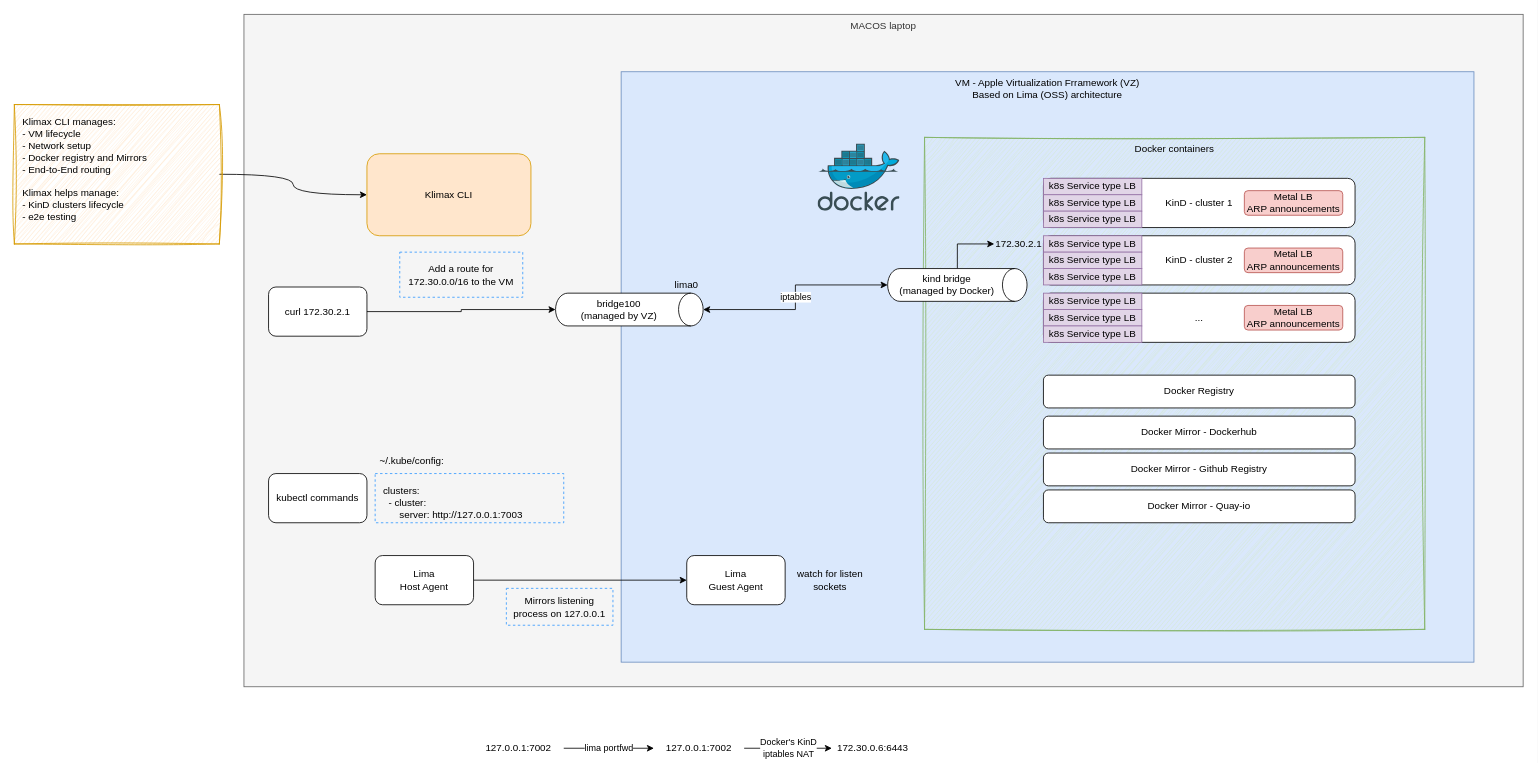
This is docs/KLIMAX - architecture.drawio from bcollard/klimax, a draw.io file, before an edit. Source tidied: cells renumbered, new cells numbered last; positions are measured from the earlier drawing's top-left corner, leaving out a move shared by most shapes. Both pictures are drawn from the tidied source at 82%, with x=0, y=0 at pixel (14, 14).
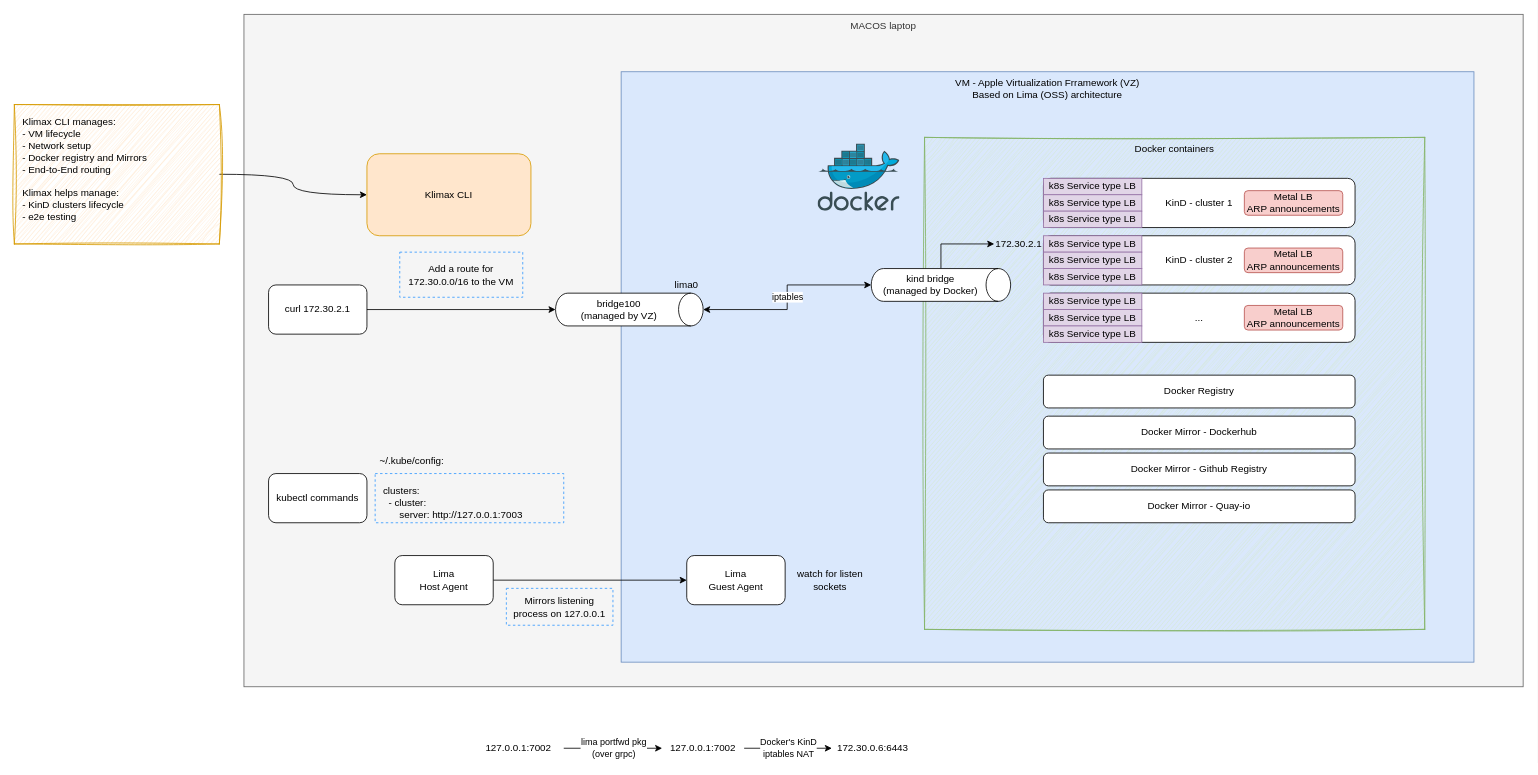
The same diagram, later.

Unchanged cells that the change refers to:
```xml
<mxCell id="46" value="127.0.0.1:7002" style="text;html=1;whiteSpace=wrap;strokeColor=none;fillColor=none;align=center;verticalAlign=middle;rounded=0;" parent="1" vertex="1">
  <mxGeometry x="560" y="880" width="110" height="30" as="geometry" />
</mxCell>
```

What changed in the source:
```diff
@@
     <mxCell id="7" value="Lima&lt;br&gt;Host Agent" style="rounded=1;whiteSpace=wrap;html=1;" parent="1" vertex="1">
-      <mxGeometry x="440" y="660" width="120" height="60" as="geometry" />
+      <mxGeometry x="464" y="660" width="120" height="60" as="geometry" />
     </mxCell>
@@
     <mxCell id="21" value="kind bridge&lt;br&gt;(managed by Docker)" style="shape=cylinder3;whiteSpace=wrap;html=1;boundedLbl=1;backgroundOutline=1;size=15;rotation=90;verticalAlign=middle;horizontal=0;" parent="1" vertex="1">
-      <mxGeometry x="1130" y="245" width="40" height="170" as="geometry" />
+      <mxGeometry x="1110" y="245" width="40" height="170" as="geometry" />
     </mxCell>
@@
     <mxCell id="26" value="curl 172.30.2.1" style="rounded=1;whiteSpace=wrap;html=1;" parent="1" vertex="1">
-      <mxGeometry x="310" y="332.5" width="120" height="60" as="geometry" />
+      <mxGeometry x="310" y="330" width="120" height="60" as="geometry" />
     </mxCell>
@@
-    <mxCell id="45" value="lima portfwd" style="edgeStyle=orthogonalEdgeStyle;rounded=0;jettySize=auto;html=1;entryX=0;entryY=0.5;entryDx=0;entryDy=0;" parent="1" edge="1" source="46" target="48">
-      <mxGeometry relative="1" as="geometry" />
+    <mxCell id="45" value="lima portfwd pkg&lt;br&gt;(over grpc)" style="edgeStyle=orthogonalEdgeStyle;rounded=0;jettySize=auto;html=1;exitX=1;exitY=0.5;exitDx=0;exitDy=0;entryX=0;entryY=0.5;entryDx=0;entryDy=0;" parent="1" edge="1" source="46" target="48">
+      <mxGeometry x="0.01" relative="1" as="geometry" />
     </mxCell>
@@
     <mxCell id="48" value="127.0.0.1:7002" style="text;html=1;whiteSpace=wrap;strokeColor=none;fillColor=none;align=center;verticalAlign=middle;rounded=0;" parent="1" vertex="1">
-      <mxGeometry x="780" y="880" width="110" height="30" as="geometry" />
+      <mxGeometry x="790" y="880" width="100" height="30" as="geometry" />
     </mxCell>
```
